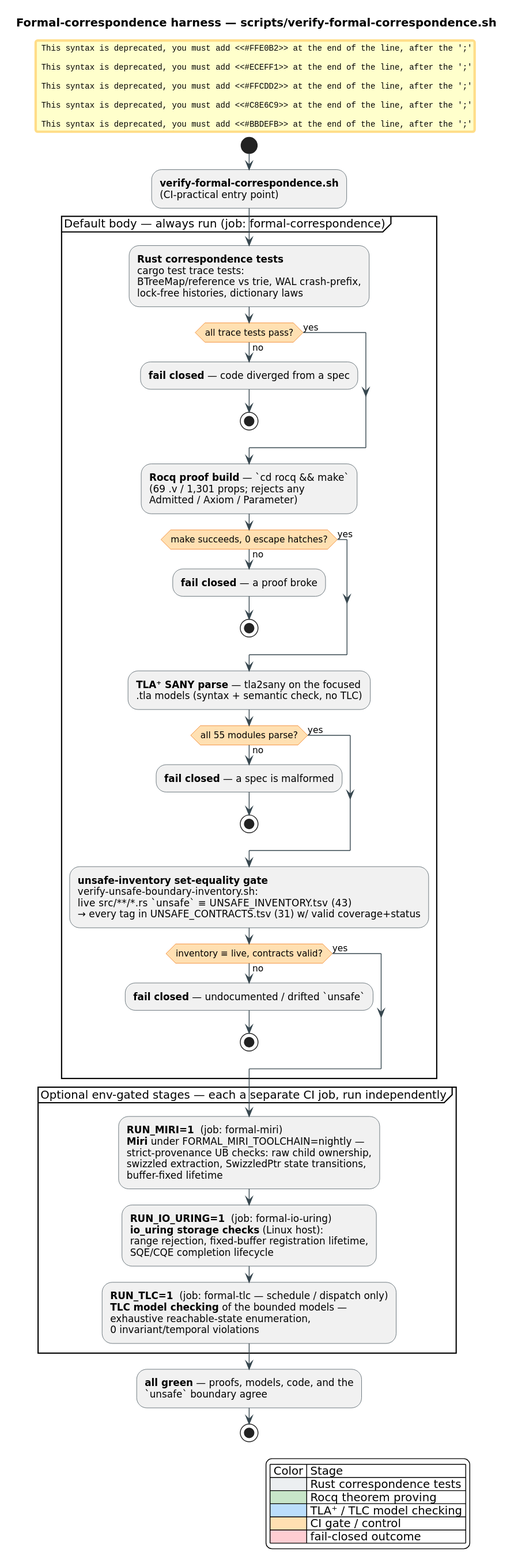
vinary-tree/libdictenstein keeps this PlantUML diagram as docs/diagrams/verification-ci-flow.svg. Above is the earlier version. Its source is kept beside it as docs/diagrams/src/verification-ci-flow.puml. Its diagram source:
```plantuml
@startuml verification-ci-flow
skinparam backgroundColor #FFFFFF
skinparam defaultFontName "DejaVu Sans"
skinparam shadowing false
skinparam ArrowColor #37474F
skinparam ArrowFontName "DejaVu Sans"
skinparam activity {
  BorderColor #37474F
  FontName "DejaVu Sans"
  DiamondBorderColor #EF6C00
  DiamondBackgroundColor #FFE0B2
}

title Formal-correspondence harness — scripts/verify-formal-correspondence.sh

start
#FFE0B2:**verify-formal-correspondence.sh**\n(CI-practical entry point);

partition "Default body — always run (job: formal-correspondence)" {
  #ECEFF1:**Rust correspondence tests**\ncargo test trace tests:\nBTreeMap/reference vs trie, WAL crash-prefix,\nlock-free histories, dictionary laws;
  if (all trace tests pass?) then (yes)
  else (no)
    #FFCDD2:**fail closed** — code diverged from a spec;
    stop
  endif

  #C8E6C9:**Rocq proof build** — `cd rocq && make`\n(69 .v / 1,301 props; rejects any\nAdmitted / Axiom / Parameter);
  if (make succeeds, 0 escape hatches?) then (yes)
  else (no)
    #FFCDD2:**fail closed** — a proof broke;
    stop
  endif

  #BBDEFB:**TLA⁺ SANY parse** — tla2sany on the focused\n.tla models (syntax + semantic check, no TLC);
  if (all 55 modules parse?) then (yes)
  else (no)
    #FFCDD2:**fail closed** — a spec is malformed;
    stop
  endif

  #FFE0B2:**unsafe-inventory set-equality gate**\nverify-unsafe-boundary-inventory.sh:\nlive src/**/*.rs `unsafe`  ≡  UNSAFE_INVENTORY.tsv (43)\n→ every tag in UNSAFE_CONTRACTS.tsv (31) w/ valid coverage+status;
  if (inventory ≡ live, contracts valid?) then (yes)
  else (no)
    #FFCDD2:**fail closed** — undocumented / drifted `unsafe`;
    stop
  endif
}

partition "Optional env-gated stages — each a separate CI job, run independently" {
  #BBDEFB:**RUN_MIRI=1**  (job: formal-miri)\n**Miri** under FORMAL_MIRI_TOOLCHAIN=nightly —\nstrict-provenance UB checks: raw child ownership,\nswizzled extraction, SwizzledPtr state transitions,\nbuffer-fixed lifetime;
  #BBDEFB:**RUN_IO_URING=1**  (job: formal-io-uring)\n**io_uring storage checks** (Linux host):\nrange rejection, fixed-buffer registration lifetime,\nSQE/CQE completion lifecycle;
  #BBDEFB:**RUN_TLC=1**  (job: formal-tlc — schedule / dispatch only)\n**TLC model checking** of the bounded models —\nexhaustive reachable-state enumeration,\n0 invariant/temporal violations;
}

#C8E6C9:**all green** — proofs, models, code, and the\n`unsafe` boundary agree;
stop

legend right
| Color | Stage |
|<#ECEFF1>| Rust correspondence tests |
|<#C8E6C9>| Rocq theorem proving |
|<#BBDEFB>| TLA⁺ / TLC model checking |
|<#FFE0B2>| CI gate / control |
|<#FFCDD2>| fail-closed outcome |
endlegend
@enduml
```
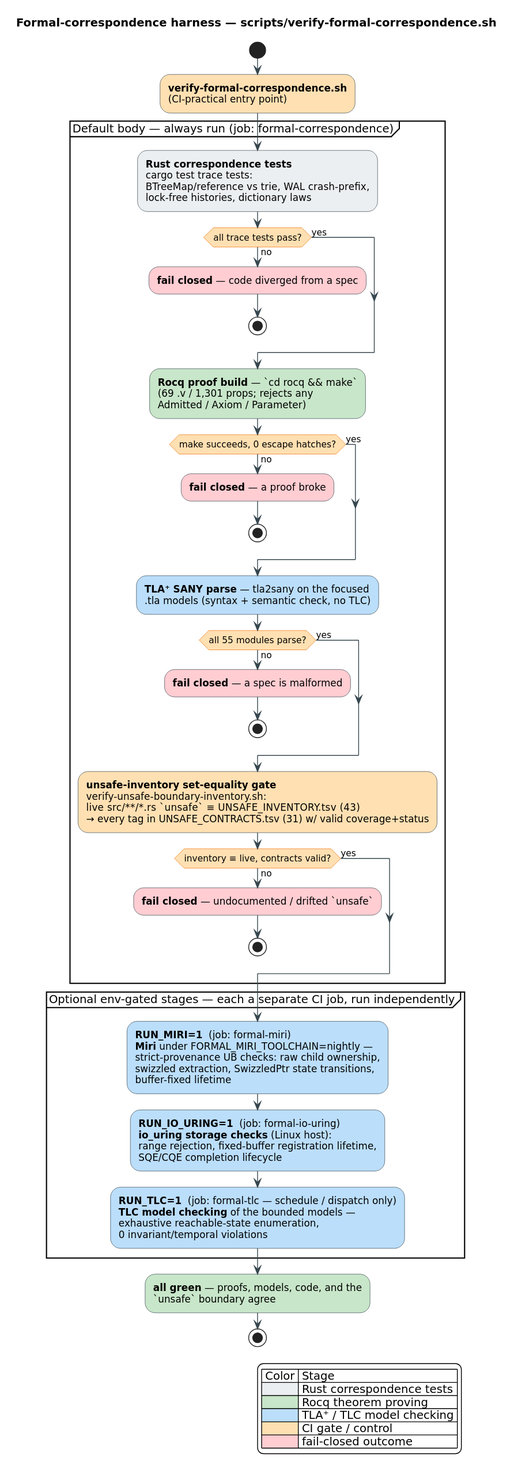
The same diagram one commit later.

The edit, as a diff of the source:
```diff
@@ -14,45 +14,45 @@
 title Formal-correspondence harness — scripts/verify-formal-correspondence.sh
 
 start
-#FFE0B2:**verify-formal-correspondence.sh**\n(CI-practical entry point);
+:**verify-formal-correspondence.sh**\n(CI-practical entry point);<<#FFE0B2>>
 
 partition "Default body — always run (job: formal-correspondence)" {
-  #ECEFF1:**Rust correspondence tests**\ncargo test trace tests:\nBTreeMap/reference vs trie, WAL crash-prefix,\nlock-free histories, dictionary laws;
+  :**Rust correspondence tests**\ncargo test trace tests:\nBTreeMap/reference vs trie, WAL crash-prefix,\nlock-free histories, dictionary laws;<<#ECEFF1>>
   if (all trace tests pass?) then (yes)
   else (no)
-    #FFCDD2:**fail closed** — code diverged from a spec;
+    :**fail closed** — code diverged from a spec;<<#FFCDD2>>
     stop
   endif
 
-  #C8E6C9:**Rocq proof build** — `cd rocq && make`\n(69 .v / 1,301 props; rejects any\nAdmitted / Axiom / Parameter);
+  :**Rocq proof build** — `cd rocq && make`\n(69 .v / 1,301 props; rejects any\nAdmitted / Axiom / Parameter);<<#C8E6C9>>
   if (make succeeds, 0 escape hatches?) then (yes)
   else (no)
-    #FFCDD2:**fail closed** — a proof broke;
+    :**fail closed** — a proof broke;<<#FFCDD2>>
     stop
   endif
 
-  #BBDEFB:**TLA⁺ SANY parse** — tla2sany on the focused\n.tla models (syntax + semantic check, no TLC);
+  :**TLA⁺ SANY parse** — tla2sany on the focused\n.tla models (syntax + semantic check, no TLC);<<#BBDEFB>>
   if (all 55 modules parse?) then (yes)
   else (no)
-    #FFCDD2:**fail closed** — a spec is malformed;
+    :**fail closed** — a spec is malformed;<<#FFCDD2>>
     stop
   endif
 
-  #FFE0B2:**unsafe-inventory set-equality gate**\nverify-unsafe-boundary-inventory.sh:\nlive src/**/*.rs `unsafe`  ≡  UNSAFE_INVENTORY.tsv (43)\n→ every tag in UNSAFE_CONTRACTS.tsv (31) w/ valid coverage+status;
+  :**unsafe-inventory set-equality gate**\nverify-unsafe-boundary-inventory.sh:\nlive src/**/*.rs `unsafe`  ≡  UNSAFE_INVENTORY.tsv (43)\n→ every tag in UNSAFE_CONTRACTS.tsv (31) w/ valid coverage+status;<<#FFE0B2>>
   if (inventory ≡ live, contracts valid?) then (yes)
   else (no)
-    #FFCDD2:**fail closed** — undocumented / drifted `unsafe`;
+    :**fail closed** — undocumented / drifted `unsafe`;<<#FFCDD2>>
     stop
   endif
 }
 
 partition "Optional env-gated stages — each a separate CI job, run independently" {
-  #BBDEFB:**RUN_MIRI=1**  (job: formal-miri)\n**Miri** under FORMAL_MIRI_TOOLCHAIN=nightly —\nstrict-provenance UB checks: raw child ownership,\nswizzled extraction, SwizzledPtr state transitions,\nbuffer-fixed lifetime;
-  #BBDEFB:**RUN_IO_URING=1**  (job: formal-io-uring)\n**io_uring storage checks** (Linux host):\nrange rejection, fixed-buffer registration lifetime,\nSQE/CQE completion lifecycle;
-  #BBDEFB:**RUN_TLC=1**  (job: formal-tlc — schedule / dispatch only)\n**TLC model checking** of the bounded models —\nexhaustive reachable-state enumeration,\n0 invariant/temporal violations;
+  :**RUN_MIRI=1**  (job: formal-miri)\n**Miri** under FORMAL_MIRI_TOOLCHAIN=nightly —\nstrict-provenance UB checks: raw child ownership,\nswizzled extraction, SwizzledPtr state transitions,\nbuffer-fixed lifetime;<<#BBDEFB>>
+  :**RUN_IO_URING=1**  (job: formal-io-uring)\n**io_uring storage checks** (Linux host):\nrange rejection, fixed-buffer registration lifetime,\nSQE/CQE completion lifecycle;<<#BBDEFB>>
+  :**RUN_TLC=1**  (job: formal-tlc — schedule / dispatch only)\n**TLC model checking** of the bounded models —\nexhaustive reachable-state enumeration,\n0 invariant/temporal violations;<<#BBDEFB>>
 }
 
-#C8E6C9:**all green** — proofs, models, code, and the\n`unsafe` boundary agree;
+:**all green** — proofs, models, code, and the\n`unsafe` boundary agree;<<#C8E6C9>>
 stop
 
 legend right
```
